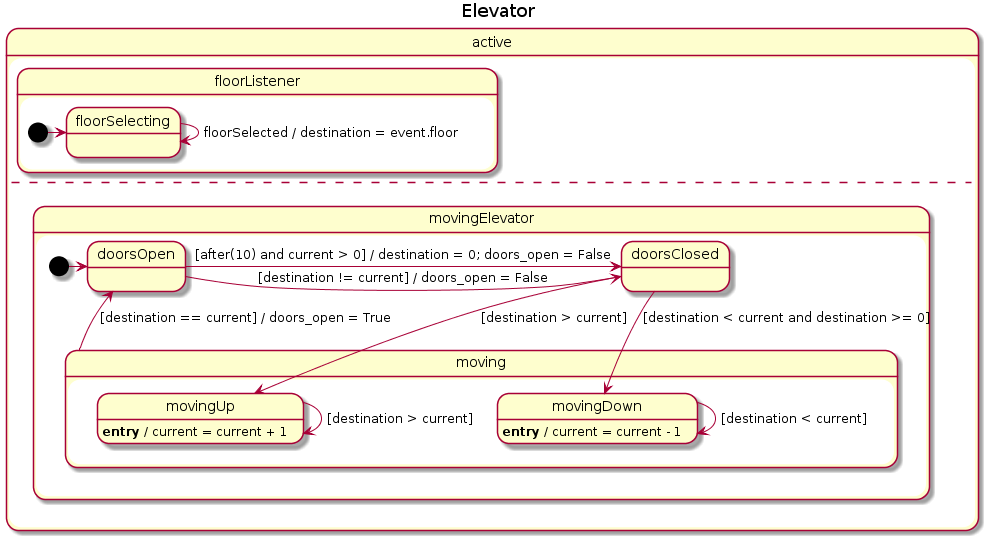
The PlantUML diagram docs/examples/elevator/elevator.png in AlexandreDecan/sismic, before a commit. Its source is kept beside it as docs/examples/elevator/elevator.plantuml. The source it was exported from:
```plantuml
@startuml
title Elevator
state "active" as active {
  state "floorListener" as floorListener {
    [*] -right-> floorSelecting
    state "floorSelecting" as floorSelecting {
      floorSelecting --> floorSelecting : floorSelected / destination = event.floor
    }
  }
  --
  state "movingElevator" as movingElevator {
    [*] -right-> doorsOpen
    state "moving" as moving {
      moving --> doorsOpen : [destination == current] / doors_open = True
      state "movingDown" as movingDown {
        movingDown : **entry** / current = current - 1
        movingDown --> movingDown : [destination < current]
      }
      state "movingUp" as movingUp {
        movingUp : **entry** / current = current + 1
        movingUp --> movingUp : [destination > current]
      }
    }
    state "doorsClosed" as doorsClosed {
      doorsClosed --> movingUp : [destination > current]
      doorsClosed --> movingDown : [destination < current and destination >= 0]
    }
    state "doorsOpen" as doorsOpen {
      doorsOpen -right-> doorsClosed : [destination != current] / doors_open = False
      doorsOpen -right-> doorsClosed : [after(10) and current > 0] / destination = 0; doors_open = False
    }
  }
}
@enduml
```
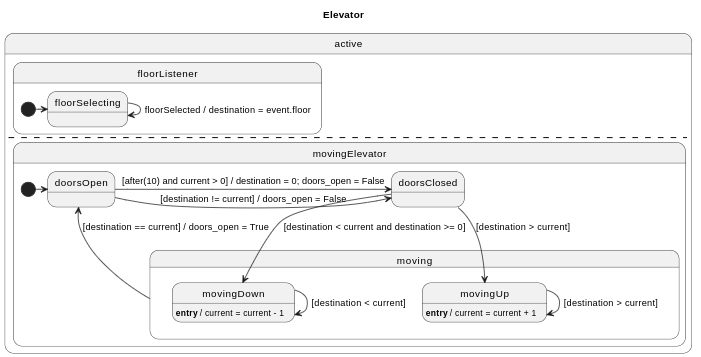
The same file after the commit.

Change to the diagram source:
```diff
@@ -2,33 +2,33 @@
 title Elevator
 state "active" as active {
   state "floorListener" as floorListener {
+    state "floorSelecting" as floorSelecting {
+    }
     [*] -right-> floorSelecting
-    state "floorSelecting" as floorSelecting {
-      floorSelecting --> floorSelecting : floorSelected / destination = event.floor
-    }
   }
   --
   state "movingElevator" as movingElevator {
-    [*] -right-> doorsOpen
     state "moving" as moving {
-      moving --> doorsOpen : [destination == current] / doors_open = True
       state "movingDown" as movingDown {
         movingDown : **entry** / current = current - 1
-        movingDown --> movingDown : [destination < current]
       }
       state "movingUp" as movingUp {
         movingUp : **entry** / current = current + 1
-        movingUp --> movingUp : [destination > current]
       }
     }
     state "doorsClosed" as doorsClosed {
-      doorsClosed --> movingUp : [destination > current]
-      doorsClosed --> movingDown : [destination < current and destination >= 0]
     }
     state "doorsOpen" as doorsOpen {
-      doorsOpen -right-> doorsClosed : [destination != current] / doors_open = False
-      doorsOpen -right-> doorsClosed : [after(10) and current > 0] / destination = 0; doors_open = False
     }
+    [*] -right-> doorsOpen
   }
 }
+floorSelecting --> floorSelecting : floorSelected / destination = event.floor
+movingDown --> movingDown : [destination < current]
+movingUp --> movingUp : [destination > current]
+moving --> doorsOpen : [destination == current] / doors_open = True
+doorsClosed --> movingUp : [destination > current]
+doorsClosed --> movingDown : [destination < current and destination >= 0]
+doorsOpen -right-> doorsClosed : [destination != current] / doors_open = False
+doorsOpen -right-> doorsClosed : [after(10) and current > 0] / destination = 0; doors_open = False
 @enduml
```
